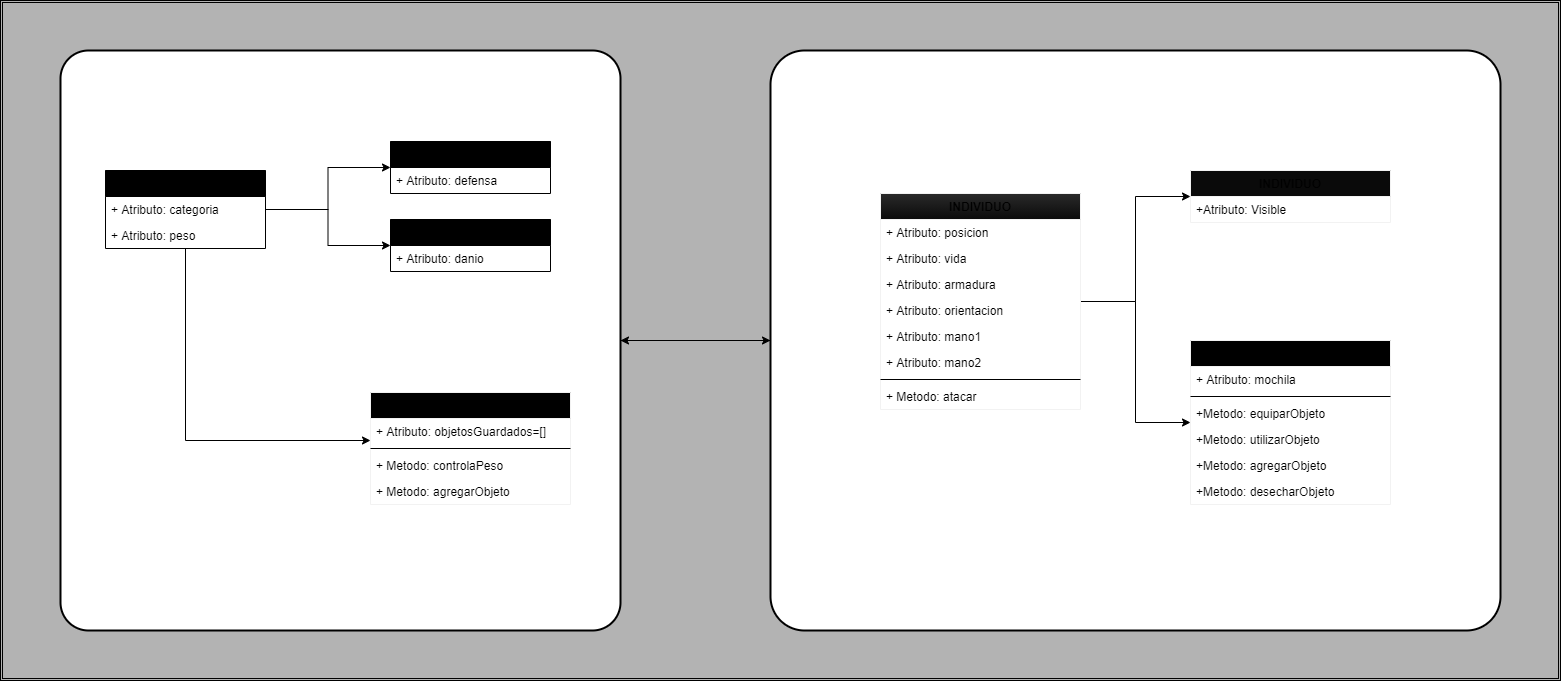
The draw.io diagram picture/presentacion/tp_algo1.drawio.png in algo1unsam/2021s1-tp-grupal-juego-recursa3, before a commit. Source tidied: cells renumbered, new cells last; positions are measured from the earlier drawing's top-left corner, leaving out a move shared by most shapes.
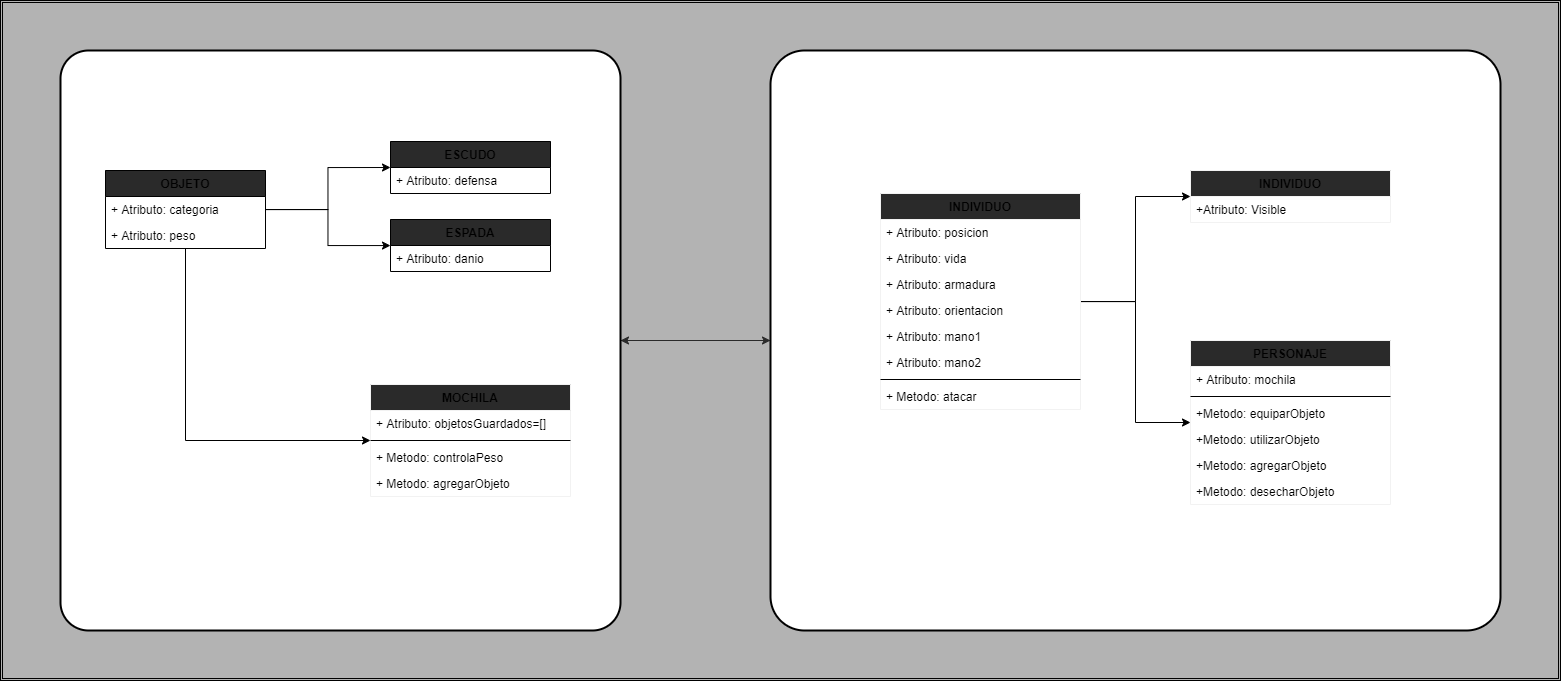
After the change.

Commit message:
se modifica grafico

Diff of the diagram source:
```diff
@@ -5,13 +5,13 @@
     <mxCell id="2" style="shape=ext;double=1;rounded=0;whiteSpace=wrap;html=1;fillColor=#B3B3B3;" parent="1" vertex="1">
       <mxGeometry width="1560" height="680" as="geometry" />
     </mxCell>
-    <mxCell id="3" style="edgeStyle=orthogonalEdgeStyle;rounded=0;jettySize=auto;html=1;" parent="1" edge="1" source="4" target="6">
+    <mxCell id="3" style="edgeStyle=orthogonalEdgeStyle;rounded=0;jettySize=auto;html=1;strokeColor=#2A2A2A;" parent="1" edge="1" source="4" target="6">
       <mxGeometry relative="1" as="geometry" />
     </mxCell>
     <mxCell id="4" style="rounded=1;whiteSpace=wrap;html=1;absoluteArcSize=1;arcSize=68;strokeWidth=2;" parent="1" vertex="1">
       <mxGeometry x="770" y="50" width="730" height="580" as="geometry" />
     </mxCell>
-    <mxCell id="5" style="edgeStyle=orthogonalEdgeStyle;rounded=0;jettySize=auto;html=1;strokeColor=#000000;" parent="1" edge="1" source="6" target="4">
+    <mxCell id="5" style="edgeStyle=orthogonalEdgeStyle;rounded=0;jettySize=auto;html=1;strokeColor=#2A2A2A;" parent="1" edge="1" source="6" target="4">
       <mxGeometry relative="1" as="geometry" />
     </mxCell>
     <mxCell id="6" style="rounded=1;whiteSpace=wrap;html=1;absoluteArcSize=1;arcSize=56;strokeWidth=2;" parent="1" vertex="1">
@@ -30,7 +30,7 @@
         </Array>
       </mxGeometry>
     </mxCell>
-    <mxCell id="10" value="OBJETO" style="swimlane;fontStyle=1;align=center;verticalAlign=top;horizontal=1;startSize=26;fillColor=#000000;" parent="1" vertex="1">
+    <mxCell id="10" value="OBJETO" style="swimlane;fontStyle=1;align=center;verticalAlign=top;horizontal=1;startSize=26;fillColor=#2A2A2A;" parent="1" vertex="1">
       <mxGeometry x="105" y="170" width="160" height="78" as="geometry" />
     </mxCell>
     <mxCell id="11" value="+ Atributo: categoria" style="text;strokeColor=none;fillColor=none;align=left;verticalAlign=top;spacingLeft=4;spacingRight=4;overflow=hidden;" parent="10" vertex="1">
@@ -39,20 +39,20 @@
     <mxCell id="12" value="+ Atributo: peso" style="text;strokeColor=none;fillColor=none;align=left;verticalAlign=top;spacingLeft=4;spacingRight=4;overflow=hidden;" parent="10" vertex="1">
       <mxGeometry y="52" width="160" height="26" as="geometry" />
     </mxCell>
-    <mxCell id="13" value="ESCUDO" style="swimlane;fontStyle=1;align=center;verticalAlign=top;horizontal=1;startSize=26;fillColor=#000000;" parent="1" vertex="1">
+    <mxCell id="13" value="ESCUDO" style="swimlane;fontStyle=1;align=center;verticalAlign=top;horizontal=1;startSize=26;fillColor=#2A2A2A;" parent="1" vertex="1">
       <mxGeometry x="390" y="141" width="160" height="52" as="geometry" />
     </mxCell>
     <mxCell id="14" value="+ Atributo: defensa" style="text;strokeColor=none;fillColor=none;align=left;verticalAlign=top;spacingLeft=4;spacingRight=4;overflow=hidden;" parent="13" vertex="1">
       <mxGeometry y="26" width="160" height="26" as="geometry" />
     </mxCell>
-    <mxCell id="15" value="ESPADA" style="swimlane;fontStyle=1;align=center;verticalAlign=top;horizontal=1;startSize=26;fillColor=#000000;" parent="1" vertex="1">
+    <mxCell id="15" value="ESPADA" style="swimlane;fontStyle=1;align=center;verticalAlign=top;horizontal=1;startSize=26;fillColor=#2A2A2A;" parent="1" vertex="1">
       <mxGeometry x="390" y="219" width="160" height="52" as="geometry" />
     </mxCell>
     <mxCell id="16" value="+ Atributo: danio" style="text;strokeColor=none;fillColor=none;align=left;verticalAlign=top;spacingLeft=4;spacingRight=4;overflow=hidden;" parent="15" vertex="1">
       <mxGeometry y="26" width="160" height="26" as="geometry" />
     </mxCell>
-    <mxCell id="17" value="MOCHILA" style="swimlane;fontStyle=1;align=center;verticalAlign=top;horizontal=1;startSize=26;strokeColor=#F2F2F2;gradientColor=none;fillColor=#000000;" parent="1" vertex="1">
-      <mxGeometry x="370" y="392" width="200" height="112" as="geometry" />
+    <mxCell id="17" value="MOCHILA" style="swimlane;fontStyle=1;align=center;verticalAlign=top;horizontal=1;startSize=26;strokeColor=#F2F2F2;gradientColor=none;fillColor=#2A2A2A;" parent="1" vertex="1">
+      <mxGeometry x="370" y="384" width="200" height="112" as="geometry" />
     </mxCell>
     <mxCell id="18" value="+ Atributo: objetosGuardados=[]" style="text;strokeColor=none;fillColor=none;align=left;verticalAlign=top;spacingLeft=4;spacingRight=4;overflow=hidden;" parent="17" vertex="1">
       <mxGeometry y="26" width="200" height="26" as="geometry" />
@@ -72,7 +72,7 @@
     <mxCell id="23" style="edgeStyle=orthogonalEdgeStyle;rounded=0;jettySize=auto;html=1;" parent="1" edge="1" source="24" target="35">
       <mxGeometry relative="1" as="geometry" />
     </mxCell>
-    <mxCell id="24" value="INDIVIDUO" style="swimlane;fontStyle=1;align=center;verticalAlign=top;horizontal=1;startSize=26;strokeColor=#F2F2F2;fillColor=#2A2A2A;gradientColor=#0A0A0A;" parent="1" vertex="1">
+    <mxCell id="24" value="INDIVIDUO" style="swimlane;fontStyle=1;align=center;verticalAlign=top;horizontal=1;startSize=26;strokeColor=#F2F2F2;fillColor=#2A2A2A;gradientColor=none;" parent="1" vertex="1">
       <mxGeometry x="880" y="193" width="200" height="216" as="geometry" />
     </mxCell>
     <mxCell id="25" value="+ Atributo: posicion" style="text;strokeColor=none;fillColor=none;align=left;verticalAlign=top;spacingLeft=4;spacingRight=4;overflow=hidden;" parent="24" vertex="1">
@@ -99,13 +99,13 @@
     <mxCell id="32" value="+ Metodo: atacar" style="text;strokeColor=none;fillColor=none;align=left;verticalAlign=top;spacingLeft=4;spacingRight=4;overflow=hidden;" parent="24" vertex="1">
       <mxGeometry y="190" width="200" height="26" as="geometry" />
     </mxCell>
-    <mxCell id="33" value="INDIVIDUO" style="swimlane;fontStyle=1;align=center;verticalAlign=top;horizontal=1;startSize=26;strokeColor=#F2F2F2;gradientColor=none;fillColor=#0A0A0A;" parent="1" vertex="1">
+    <mxCell id="33" value="INDIVIDUO" style="swimlane;fontStyle=1;align=center;verticalAlign=top;horizontal=1;startSize=26;strokeColor=#F2F2F2;gradientColor=none;fillColor=#2A2A2A;" parent="1" vertex="1">
       <mxGeometry x="1190" y="170" width="200" height="52" as="geometry" />
     </mxCell>
     <mxCell id="34" value="+Atributo: Visible" style="text;strokeColor=none;fillColor=none;align=left;verticalAlign=top;spacingLeft=4;spacingRight=4;overflow=hidden;" parent="33" vertex="1">
       <mxGeometry y="26" width="200" height="26" as="geometry" />
     </mxCell>
-    <mxCell id="35" value="PERSONAJE" style="swimlane;fontStyle=1;align=center;verticalAlign=top;horizontal=1;startSize=26;strokeColor=#F2F2F2;gradientColor=none;fillColor=#000000;" parent="1" vertex="1">
+    <mxCell id="35" value="PERSONAJE" style="swimlane;fontStyle=1;align=center;verticalAlign=top;horizontal=1;startSize=26;strokeColor=#F2F2F2;fillColor=#2A2A2A;gradientColor=none;" parent="1" vertex="1">
       <mxGeometry x="1190" y="340" width="200" height="164" as="geometry" />
     </mxCell>
     <mxCell id="36" value="+ Atributo: mochila" style="text;strokeColor=none;fillColor=none;align=left;verticalAlign=top;spacingLeft=4;spacingRight=4;overflow=hidden;" parent="35" vertex="1">
```
